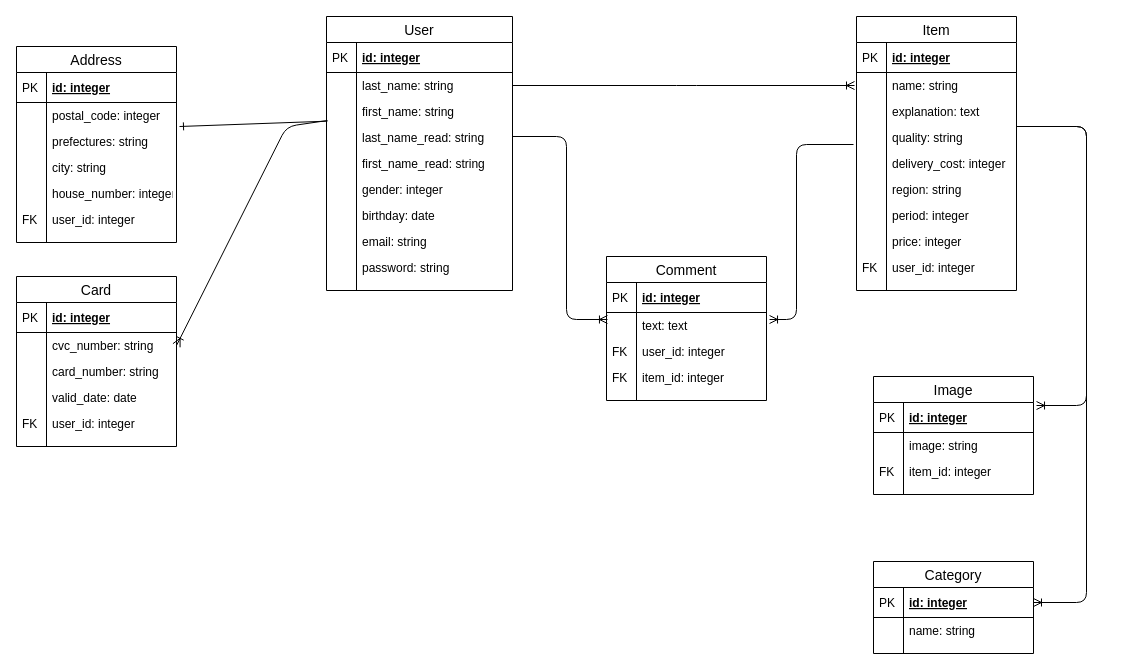
saihalkiki/fleamarket_sample_79d keeps this draw.io diagram as test.drawio. Above is the earlier version. Source tidied: cells renumbered, new cells numbered last; positions are measured from the earlier drawing's top-left corner, leaving out a move shared by most shapes. Both pictures are drawn from the tidied source at 100%, with x=0, y=0 at pixel (16, 16).
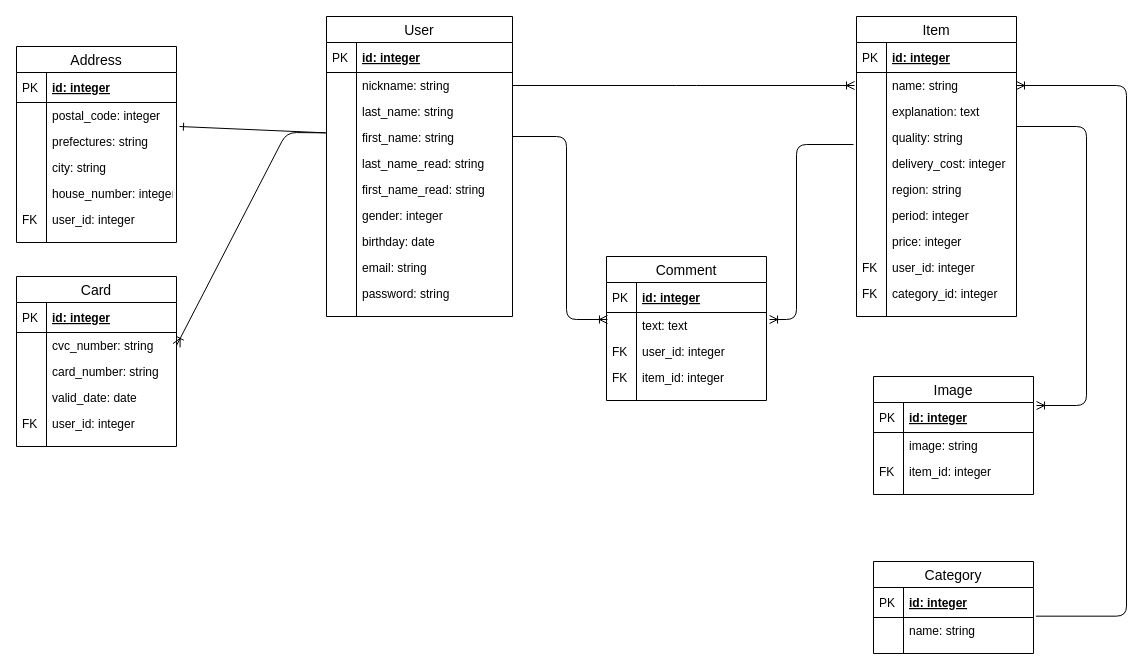
The same page after the edit.

The change refers to these unchanged cells:
```xml
<mxCell id="12" value="id: integer" style="shape=partialRectangle;top=0;left=0;right=0;bottom=1;align=left;verticalAlign=middle;fillColor=none;spacingLeft=34;spacingRight=4;overflow=hidden;points=[[0,0.5],[1,0.5]];portConstraint=eastwest;fontStyle=5;fontSize=12;" parent="11" vertex="1">
  <mxGeometry y="26" width="160" height="30" as="geometry" />
</mxCell>
<mxCell id="14" value="name: string" style="shape=partialRectangle;top=0;left=0;right=0;bottom=0;align=left;verticalAlign=top;fillColor=none;spacingLeft=34;spacingRight=4;overflow=hidden;points=[[0,0.5],[1,0.5]];portConstraint=eastwest;fontSize=12;" parent="11" vertex="1">
  <mxGeometry y="56" width="160" height="26" as="geometry" />
</mxCell>
<mxCell id="57" value="cvc_number: string" style="shape=partialRectangle;top=0;left=0;right=0;bottom=0;align=left;verticalAlign=top;fillColor=none;spacingLeft=34;spacingRight=4;overflow=hidden;points=[[0,0.5],[1,0.5]];portConstraint=eastwest;fontSize=12;" parent="54" vertex="1">
  <mxGeometry y="56" width="160" height="26" as="geometry" />
</mxCell>
<mxCell id="72" value="name: string" style="shape=partialRectangle;top=0;left=0;right=0;bottom=0;align=left;verticalAlign=top;fillColor=none;spacingLeft=34;spacingRight=4;overflow=hidden;points=[[0,0.5],[1,0.5]];portConstraint=eastwest;fontSize=12;" parent="69" vertex="1">
  <mxGeometry y="56" width="160" height="26" as="geometry" />
</mxCell>
```

The edit, as a diff of the source:
```diff
@@
     <mxCell id="18" value="User" style="swimlane;fontStyle=0;horizontal=1;startSize=26;align=center;fontSize=14;html=0;" parent="1" vertex="1">
-      <mxGeometry x="310" width="186" height="274" as="geometry" />
+      <mxGeometry x="310" width="186" height="300" as="geometry" />
     </mxCell>
@@
-    <mxCell id="21" value="last_name: string" style="shape=partialRectangle;top=0;left=0;right=0;bottom=0;align=left;verticalAlign=top;fillColor=none;spacingLeft=34;spacingRight=4;overflow=hidden;points=[[0,0.5],[1,0.5]];portConstraint=eastwest;fontSize=12;" parent="18" vertex="1">
+    <mxCell id="21" value="nickname: string" style="shape=partialRectangle;top=0;left=0;right=0;bottom=0;align=left;verticalAlign=top;fillColor=none;spacingLeft=34;spacingRight=4;overflow=hidden;points=[[0,0.5],[1,0.5]];portConstraint=eastwest;fontSize=12;" parent="18" vertex="1">
       <mxGeometry y="56" width="186" height="26" as="geometry" />
     </mxCell>
@@
+    <mxCell id="106" value="last_name: string" style="shape=partialRectangle;top=0;left=0;right=0;bottom=0;align=left;verticalAlign=top;fillColor=none;spacingLeft=34;spacingRight=4;overflow=hidden;fontSize=12;" parent="18" vertex="1">
+      <mxGeometry y="82" width="186" height="26" as="geometry" />
+    </mxCell>
+    <mxCell id="107" style="shape=partialRectangle;top=0;left=0;bottom=0;fillColor=none;align=left;verticalAlign=top;spacingLeft=4;spacingRight=4;overflow=hidden;fontSize=12;" parent="106" vertex="1">
+      <mxGeometry width="30" height="26" as="geometry" />
+    </mxCell>
     <mxCell id="23" value="first_name: string" style="shape=partialRectangle;top=0;left=0;right=0;bottom=0;align=left;verticalAlign=top;fillColor=none;spacingLeft=34;spacingRight=4;overflow=hidden;points=[[0,0.5],[1,0.5]];portConstraint=eastwest;fontSize=12;" parent="18" vertex="1">
-      <mxGeometry y="82" width="186" height="26" as="geometry" />
+      <mxGeometry y="108" width="186" height="26" as="geometry" />
     </mxCell>
@@
     <mxCell id="25" value="last_name_read: string" style="shape=partialRectangle;top=0;left=0;right=0;bottom=0;align=left;verticalAlign=top;fillColor=none;spacingLeft=34;spacingRight=4;overflow=hidden;points=[[0,0.5],[1,0.5]];portConstraint=eastwest;fontSize=12;" parent="18" vertex="1">
-      <mxGeometry y="108" width="186" height="26" as="geometry" />
+      <mxGeometry y="134" width="186" height="26" as="geometry" />
     </mxCell>
@@
     <mxCell id="27" value="first_name_read: string" style="shape=partialRectangle;top=0;left=0;right=0;bottom=0;align=left;verticalAlign=top;fillColor=none;spacingLeft=34;spacingRight=4;overflow=hidden;fontSize=12;" parent="18" vertex="1">
-      <mxGeometry y="134" width="186" height="26" as="geometry" />
+      <mxGeometry y="160" width="186" height="26" as="geometry" />
     </mxCell>
@@
     <mxCell id="29" value="gender: integer" style="shape=partialRectangle;top=0;left=0;right=0;bottom=0;align=left;verticalAlign=top;fillColor=none;spacingLeft=34;spacingRight=4;overflow=hidden;fontSize=12;" parent="18" vertex="1">
-      <mxGeometry y="160" width="186" height="26" as="geometry" />
+      <mxGeometry y="186" width="186" height="26" as="geometry" />
     </mxCell>
@@
     <mxCell id="31" value="birthday: date" style="shape=partialRectangle;top=0;left=0;right=0;bottom=0;align=left;verticalAlign=top;fillColor=none;spacingLeft=34;spacingRight=4;overflow=hidden;fontSize=12;" parent="18" vertex="1">
-      <mxGeometry y="186" width="186" height="26" as="geometry" />
+      <mxGeometry y="212" width="186" height="26" as="geometry" />
     </mxCell>
@@
     <mxCell id="33" value="email: string" style="shape=partialRectangle;top=0;left=0;right=0;bottom=0;align=left;verticalAlign=top;fillColor=none;spacingLeft=34;spacingRight=4;overflow=hidden;fontSize=12;" parent="18" vertex="1">
-      <mxGeometry y="212" width="186" height="26" as="geometry" />
+      <mxGeometry y="238" width="186" height="26" as="geometry" />
     </mxCell>
@@
     <mxCell id="35" value="password: string" style="shape=partialRectangle;top=0;left=0;right=0;bottom=0;align=left;verticalAlign=top;fillColor=none;spacingLeft=34;spacingRight=4;overflow=hidden;fontSize=12;" parent="18" vertex="1">
-      <mxGeometry y="238" width="186" height="26" as="geometry" />
+      <mxGeometry y="264" width="186" height="26" as="geometry" />
     </mxCell>
@@
     <mxCell id="37" style="shape=partialRectangle;top=0;left=0;right=0;bottom=0;align=left;verticalAlign=top;fillColor=none;spacingLeft=34;spacingRight=4;overflow=hidden;fontSize=12;" parent="18" vertex="1">
-      <mxGeometry y="264" width="186" height="10" as="geometry" />
+      <mxGeometry y="290" width="186" height="10" as="geometry" />
     </mxCell>
@@
-    <mxCell id="67" style="fontSize=12;html=1;endArrow=ERoneToMany;entryX=1;entryY=0.5;entryDx=0;entryDy=0;exitX=0.005;exitY=-0.154;exitDx=0;exitDy=0;exitPerimeter=0;" parent="1" edge="1" source="25" target="57">
+    <mxCell id="67" style="fontSize=12;html=1;endArrow=ERoneToMany;entryX=1;entryY=0.5;entryDx=0;entryDy=0;exitX=-0.004;exitY=0.321;exitDx=0;exitDy=0;exitPerimeter=0;" parent="1" edge="1" source="23" target="57">
       <mxGeometry relative="1" as="geometry">
         <Array as="points">
-          <mxPoint x="270" y="110" />
+          <mxPoint x="270" y="116" />
         </Array>
       </mxGeometry>
     </mxCell>
@@
     <mxCell id="69" value="Item" style="swimlane;fontStyle=0;horizontal=1;startSize=26;align=center;fontSize=14;html=0;" parent="1" vertex="1">
-      <mxGeometry x="840" width="160" height="274" as="geometry" />
+      <mxGeometry x="840" width="160" height="300" as="geometry" />
     </mxCell>
@@
+    <mxCell id="108" value="category_id: integer" style="shape=partialRectangle;top=0;left=0;right=0;bottom=0;align=left;verticalAlign=top;fillColor=none;spacingLeft=34;spacingRight=4;overflow=hidden;fontSize=12;" parent="69" vertex="1">
+      <mxGeometry y="264" width="160" height="26" as="geometry" />
+    </mxCell>
+    <mxCell id="109" value="FK" style="shape=partialRectangle;top=0;left=0;bottom=0;fillColor=none;align=left;verticalAlign=top;spacingLeft=4;spacingRight=4;overflow=hidden;fontSize=12;" parent="108" vertex="1">
+      <mxGeometry width="30" height="26" as="geometry" />
+    </mxCell>
     <mxCell id="88" style="shape=partialRectangle;top=0;left=0;right=0;bottom=0;align=left;verticalAlign=top;fillColor=none;spacingLeft=34;spacingRight=4;overflow=hidden;fontSize=12;" parent="69" vertex="1">
-      <mxGeometry y="264" width="160" height="10" as="geometry" />
+      <mxGeometry y="290" width="160" height="10" as="geometry" />
     </mxCell>
@@
-    <mxCell id="103" style="fontSize=12;html=1;endArrow=ERoneToMany;edgeStyle=elbowEdgeStyle;entryX=1;entryY=0.5;entryDx=0;entryDy=0;" parent="1" edge="1" target="12">
+    <mxCell id="103" style="fontSize=12;html=1;endArrow=ERoneToMany;edgeStyle=elbowEdgeStyle;exitX=1.015;exitY=-0.051;exitDx=0;exitDy=0;exitPerimeter=0;entryX=1;entryY=0.5;entryDx=0;entryDy=0;" parent="1" edge="1" source="14" target="72">
       <mxGeometry relative="1" as="geometry">
-        <mxPoint x="1000" y="110" as="sourcePoint" />
         <Array as="points">
-          <mxPoint x="1070" y="170" />
+          <mxPoint x="1110" y="330" />
         </Array>
       </mxGeometry>
     </mxCell>
@@
-    <mxCell id="105" style="fontSize=12;html=1;endArrow=ERone;endFill=1;exitX=0.005;exitY=-0.128;exitDx=0;exitDy=0;exitPerimeter=0;" parent="1" edge="1" source="25">
+    <mxCell id="105" style="fontSize=12;html=1;endArrow=ERone;endFill=1;exitX=-0.004;exitY=0.321;exitDx=0;exitDy=0;exitPerimeter=0;" parent="1" edge="1" source="23">
       <mxGeometry relative="1" as="geometry">
         <mxPoint x="163" y="110" as="targetPoint" />
       </mxGeometry>
     </mxCell>
```
